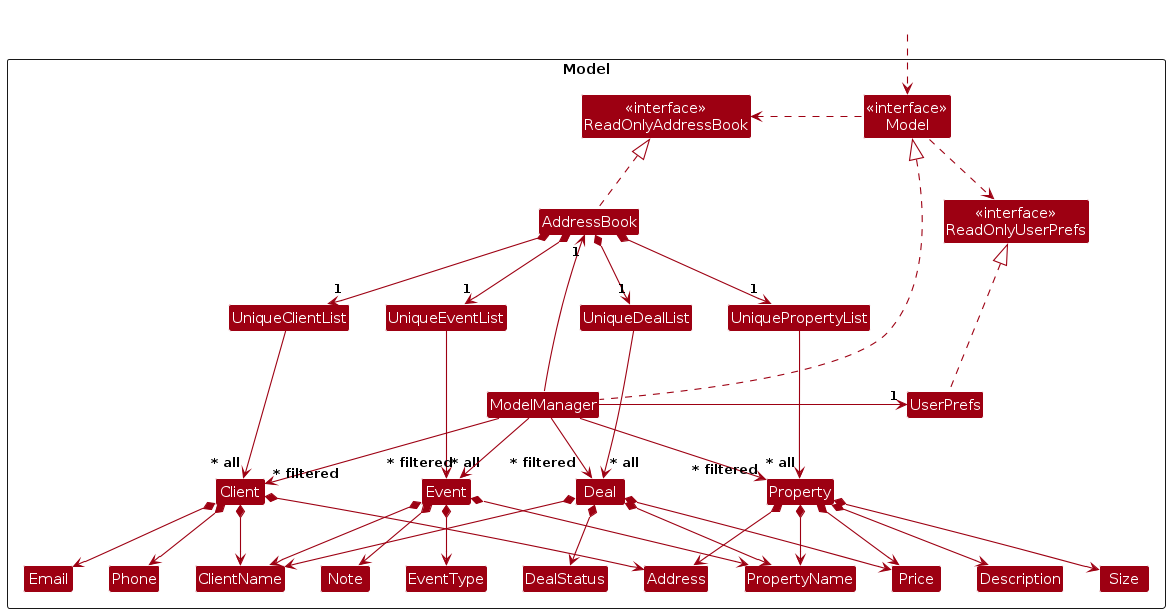
This is diagrams/ModelClassDiagram.png from githubcsuser/tp, a PlantUML export, as it was before one commit. Its source is kept beside it as diagrams/ModelClassDiagram.puml.
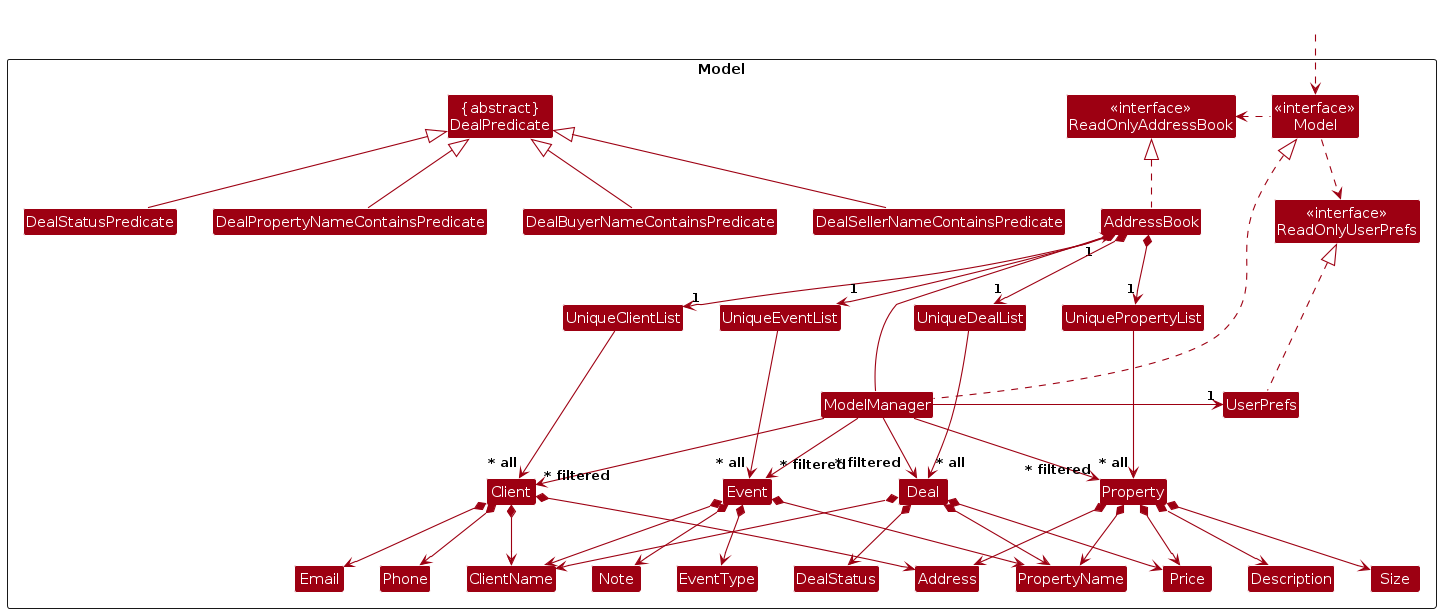
Later version of the same file.

The edit, as a diff of the source:
```diff
@@ -22,6 +22,11 @@
 Class UniqueDealList
 Class Deal
 Class DealStatus
+Class "{abstract}\nDealPredicate" as DealPredicate
+Class DealPropertyNameContainsPredicate
+Class DealBuyerNameContainsPredicate
+Class DealSellerNameContainsPredicate
+Class DealStatusPredicate
 
 Class UniqueEventList
 Class Event
@@ -67,6 +72,11 @@
 Deal *--> PropertyName
 Deal *--> Price
 
+DealPropertyNameContainsPredicate -up-|> DealPredicate
+DealBuyerNameContainsPredicate -up-|> DealPredicate
+DealSellerNameContainsPredicate -up-|> DealPredicate
+DealStatusPredicate -up-|> DealPredicate
+
 UniqueEventList ---> "~* all" Event
 Event *--> EventType
 Event *--> ClientName
```
